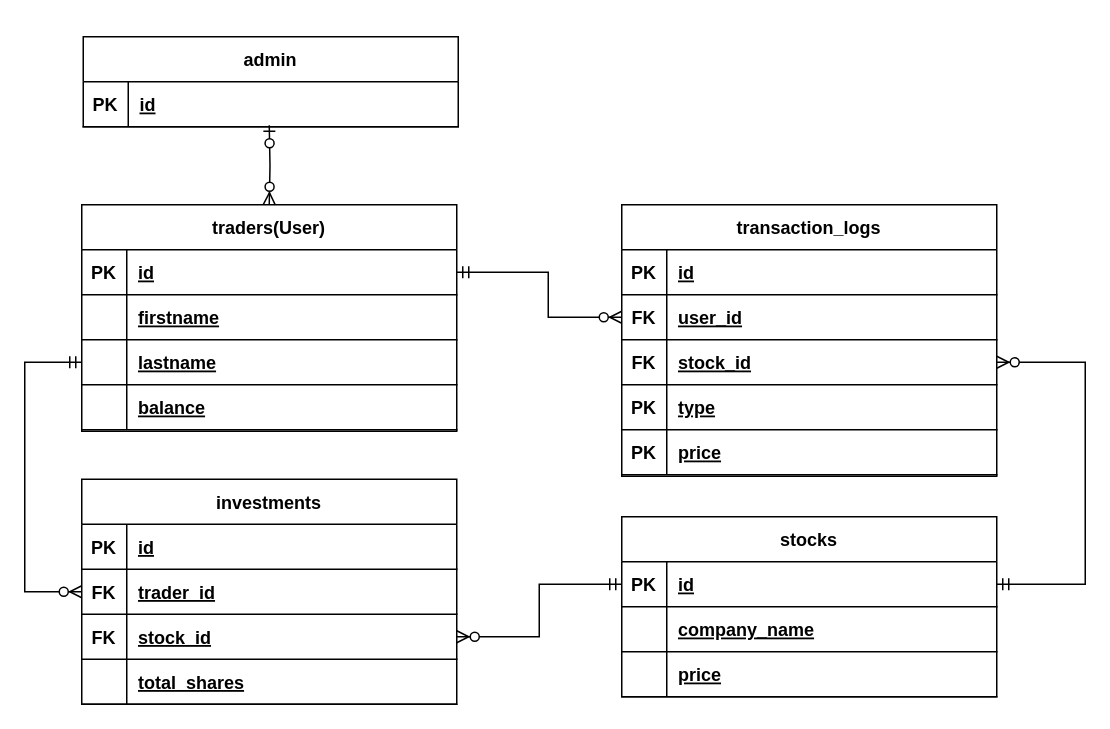
Before: erd.drawio in TheRiceCold/stock-app-rails, a draw.io diagram. Source tidied: cells renumbered, new cells numbered last; positions are measured from the earlier drawing's top-left corner, leaving out a move shared by most shapes. Both pictures are drawn from the tidied source at 150%, with x=0, y=0 at pixel (24, 36).
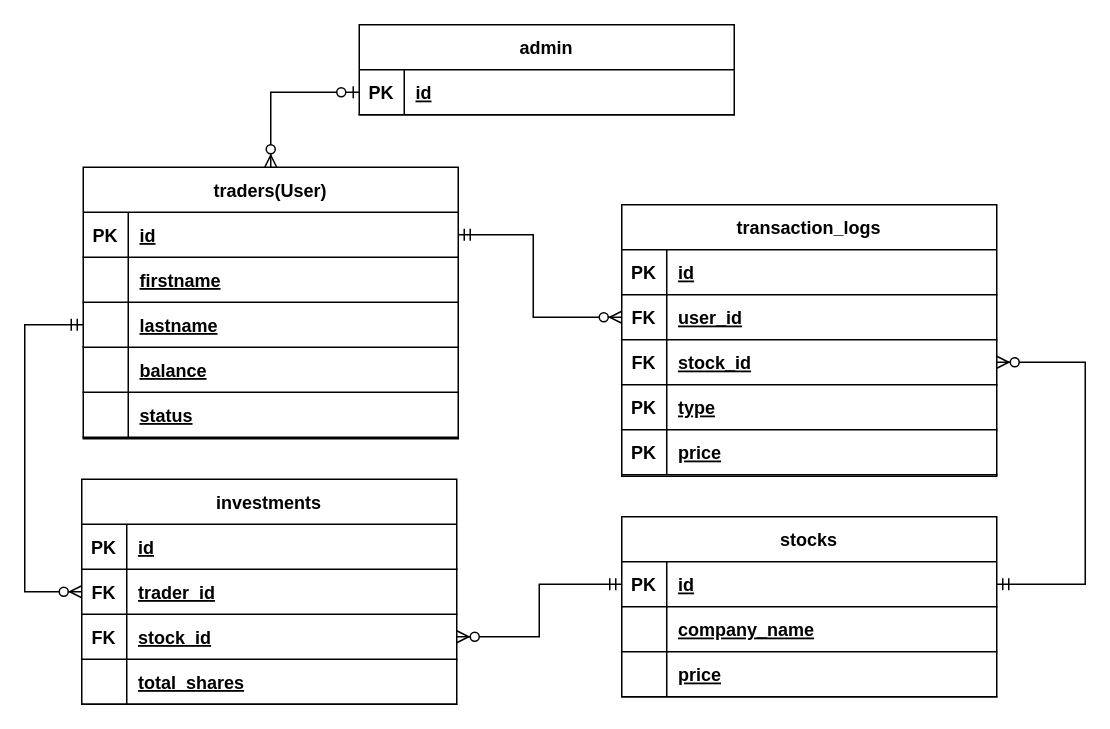
After the change.

Commit message (it also covers changes not shown here):
added status column to users

Unchanged cells that the change refers to:
```xml
<mxCell id="16" style="shape=partialRectangle;fillColor=none;points=[[0,0.5],[1,0.5]];portConstraint=eastwest;top=0;left=0;right=0;bottom=1;" parent="12" vertex="1">
  <mxGeometry y="60" width="250" height="30" as="geometry" />
</mxCell>
<mxCell id="26" style="shape=partialRectangle;fillColor=none;points=[[0,0.5],[1,0.5]];portConstraint=eastwest;top=0;left=0;right=0;bottom=1;" parent="25" vertex="1">
  <mxGeometry y="30" width="250" height="30" as="geometry" />
</mxCell>
<mxCell id="32" style="shape=partialRectangle;fillColor=none;points=[[0,0.5],[1,0.5]];portConstraint=eastwest;top=0;left=0;right=0;bottom=1;" parent="25" vertex="1">
  <mxGeometry y="90" width="250" height="30" as="geometry" />
</mxCell>
<mxCell id="42" style="shape=partialRectangle;fillColor=none;points=[[0,0.5],[1,0.5]];portConstraint=eastwest;top=0;left=0;right=0;bottom=1;" parent="38" vertex="1">
  <mxGeometry y="60" width="250" height="30" as="geometry" />
</mxCell>
<mxCell id="55" style="shape=partialRectangle;fillColor=none;points=[[0,0.5],[1,0.5]];portConstraint=eastwest;top=0;left=0;right=0;bottom=1;" parent="54" vertex="1">
  <mxGeometry y="30" width="250" height="30" as="geometry" />
</mxCell>
```

Change to the diagram source:
```diff
@@
     <mxCell id="25" value="traders(User)" style="shape=table;startSize=30;childLayout=tableLayout;rowLines=0;fontStyle=1;align=center;" parent="1" vertex="1">
-      <mxGeometry x="38" y="112" width="250" height="151" as="geometry" />
+      <mxGeometry x="39" y="87" width="250" height="181" as="geometry" />
     </mxCell>
@@
+    <mxCell id="63" style="shape=partialRectangle;fillColor=none;top=0;left=0;right=0;bottom=1;" parent="25" vertex="1">
+      <mxGeometry y="150" width="250" height="30" as="geometry" />
+    </mxCell>
+    <mxCell id="64" style="shape=partialRectangle;overflow=hidden;fillColor=none;top=0;left=0;bottom=0;right=0;fontStyle=1;" parent="63" vertex="1">
+      <mxGeometry width="30" height="30" as="geometry" />
+    </mxCell>
+    <mxCell id="65" value="status" style="shape=partialRectangle;overflow=hidden;fillColor=none;top=0;left=0;bottom=0;right=0;align=left;spacingLeft=6;fontStyle=5;" parent="63" vertex="1">
+      <mxGeometry x="30" width="220" height="30" as="geometry" />
+    </mxCell>
@@
     <mxCell id="54" value="admin" style="shape=table;startSize=30;childLayout=tableLayout;rowLines=0;fontStyle=1;align=center;" parent="1" vertex="1">
-      <mxGeometry x="39" width="250" height="60" as="geometry" />
+      <mxGeometry x="223" y="-8" width="250" height="60" as="geometry" />
     </mxCell>
@@
     <mxCell id="58" style="edgeStyle=orthogonalEdgeStyle;fontSize=12;html=1;endArrow=ERzeroToMany;startArrow=ERmandOne;rounded=0;entryX=0;entryY=0.5;entryDx=0;entryDy=0;exitX=0;exitY=0.5;exitDx=0;exitDy=0;" parent="1" edge="1" source="32" target="16">
       <mxGeometry relative="1" as="geometry">
         <Array as="points">
-          <mxPoint y="217" />
+          <mxPoint y="192" />
           <mxPoint y="370" />
         </Array>
       </mxGeometry>
     </mxCell>
@@
     <mxCell id="60" style="edgeStyle=orthogonalEdgeStyle;fontSize=12;html=1;endArrow=ERzeroToMany;startArrow=ERmandOne;rounded=0;entryX=0;entryY=0.5;entryDx=0;entryDy=0;exitX=1;exitY=0.5;exitDx=0;exitDy=0;" parent="1" edge="1" source="26" target="42">
       <mxGeometry relative="1" as="geometry">
         <Array as="points">
-          <mxPoint x="349" y="157" />
-          <mxPoint x="349" y="187" />
+          <mxPoint x="339" y="132" />
+          <mxPoint x="339" y="187" />
         </Array>
       </mxGeometry>
     </mxCell>
-    <mxCell id="61" style="edgeStyle=orthogonalEdgeStyle;fontSize=12;html=1;endArrow=ERzeroToMany;startArrow=ERzeroToOne;rounded=0;entryX=0.5;entryY=0;entryDx=0;entryDy=0;" parent="1" edge="1" target="25">
-      <mxGeometry relative="1" as="geometry">
-        <mxPoint x="163" y="59" as="sourcePoint" />
-      </mxGeometry>
+    <mxCell id="61" style="edgeStyle=orthogonalEdgeStyle;fontSize=12;html=1;endArrow=ERzeroToMany;startArrow=ERzeroToOne;rounded=0;entryX=0.5;entryY=0;entryDx=0;entryDy=0;exitX=0;exitY=0.5;exitDx=0;exitDy=0;" parent="1" edge="1" source="55" target="25">
+      <mxGeometry relative="1" as="geometry" />
     </mxCell>
```
